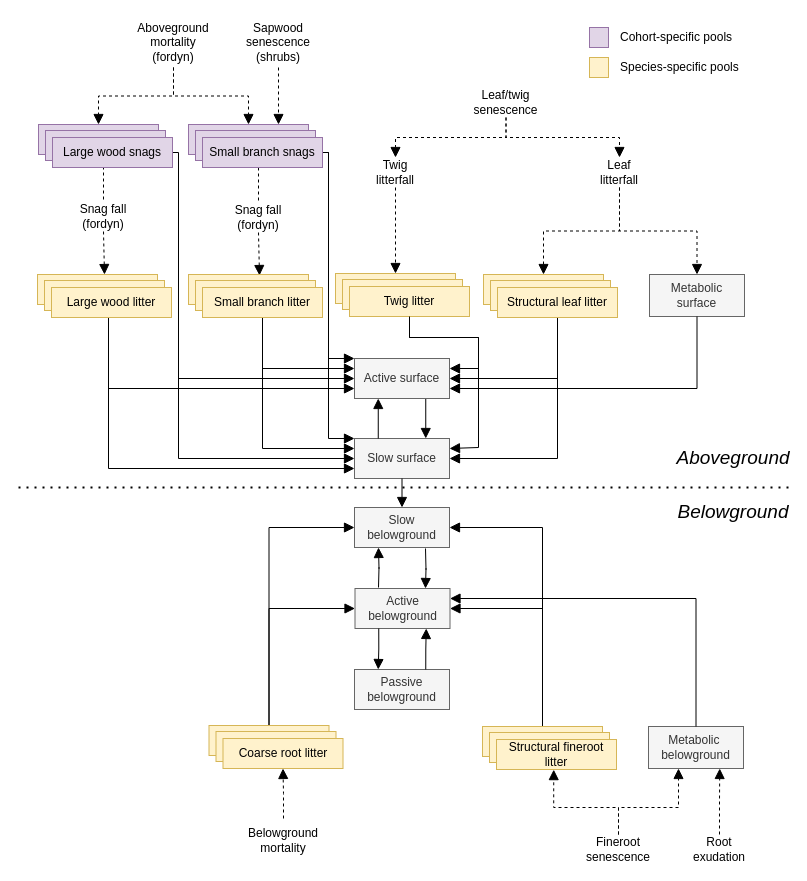
emf-creaf/medfatebook keeps this draw.io diagram as figures/Decomposition.drawio. Above is the earlier version. Source tidied: cells renumbered, new cells numbered last; positions are measured from the earlier drawing's top-left corner, leaving out a move shared by most shapes. Both pictures are drawn from the tidied source at 100%, with x=0, y=0 at pixel (18, 17).
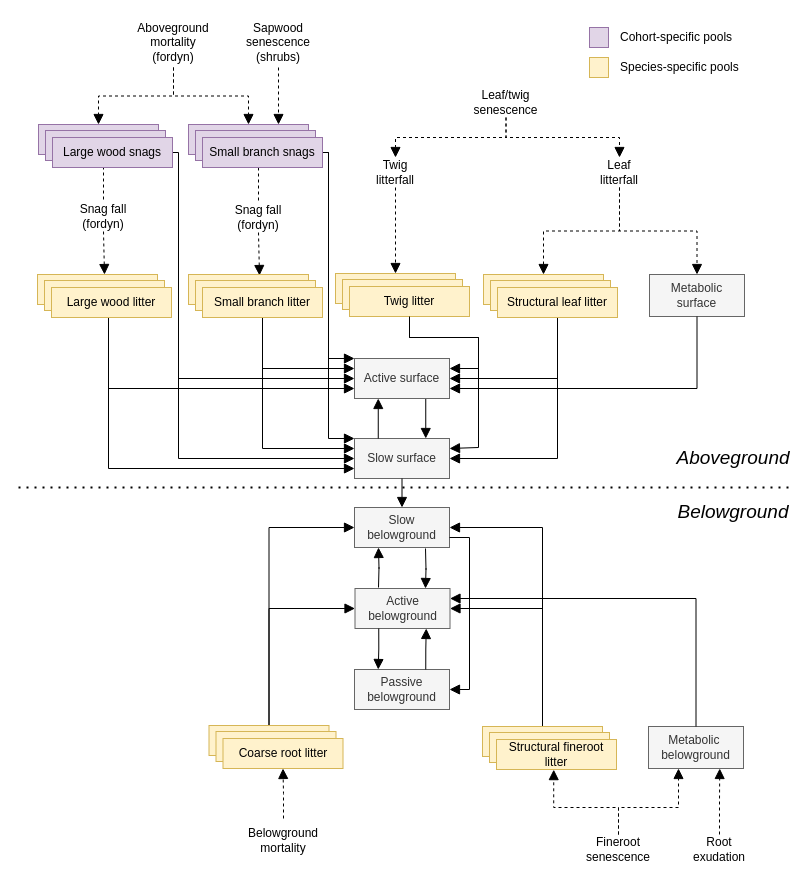
After the change.

Unchanged cells that the change refers to:
```xml
<mxCell id="33" value="Slow belowground" style="rounded=0;whiteSpace=wrap;html=1;fillColor=#f5f5f5;fontColor=#333333;strokeColor=#666666;" parent="1" vertex="1">
  <mxGeometry x="336" y="490" width="95" height="40" as="geometry" />
</mxCell>
<mxCell id="38" value="Passive belowground" style="rounded=0;whiteSpace=wrap;html=1;fillColor=#f5f5f5;fontColor=#333333;strokeColor=#666666;" parent="1" vertex="1">
  <mxGeometry x="336" y="652" width="95" height="40" as="geometry" />
</mxCell>
```

Diff of the diagram source:
```diff
@@
+    <mxCell id="91" style="edgeStyle=orthogonalEdgeStyle;rounded=0;jettySize=auto;html=1;endArrow=block;endFill=1;exitX=1;exitY=0.75;exitDx=0;exitDy=0;entryX=1;entryY=0.5;entryDx=0;entryDy=0;endSize=8;" parent="1" edge="1" source="33" target="38">
+      <mxGeometry relative="1" as="geometry" />
+    </mxCell>
```
